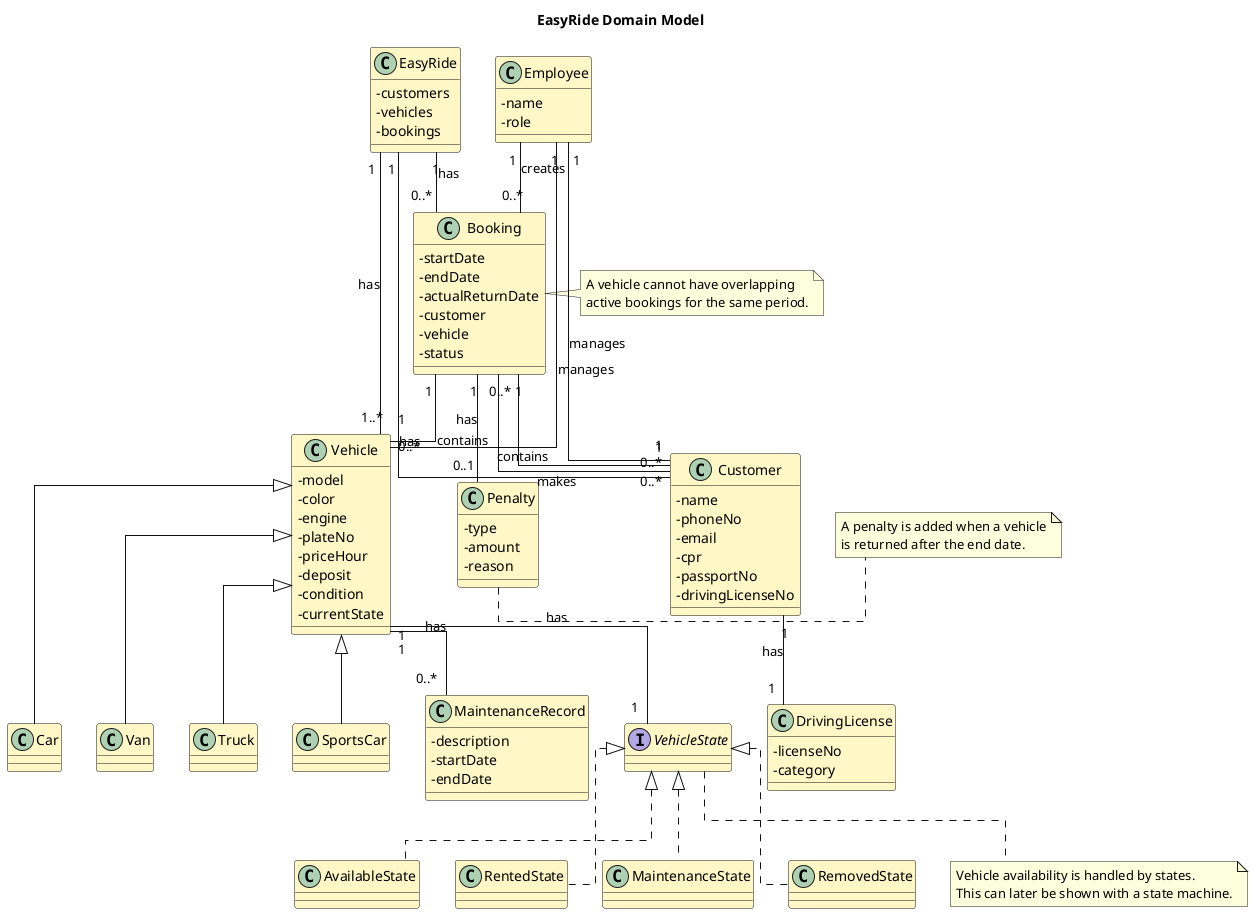
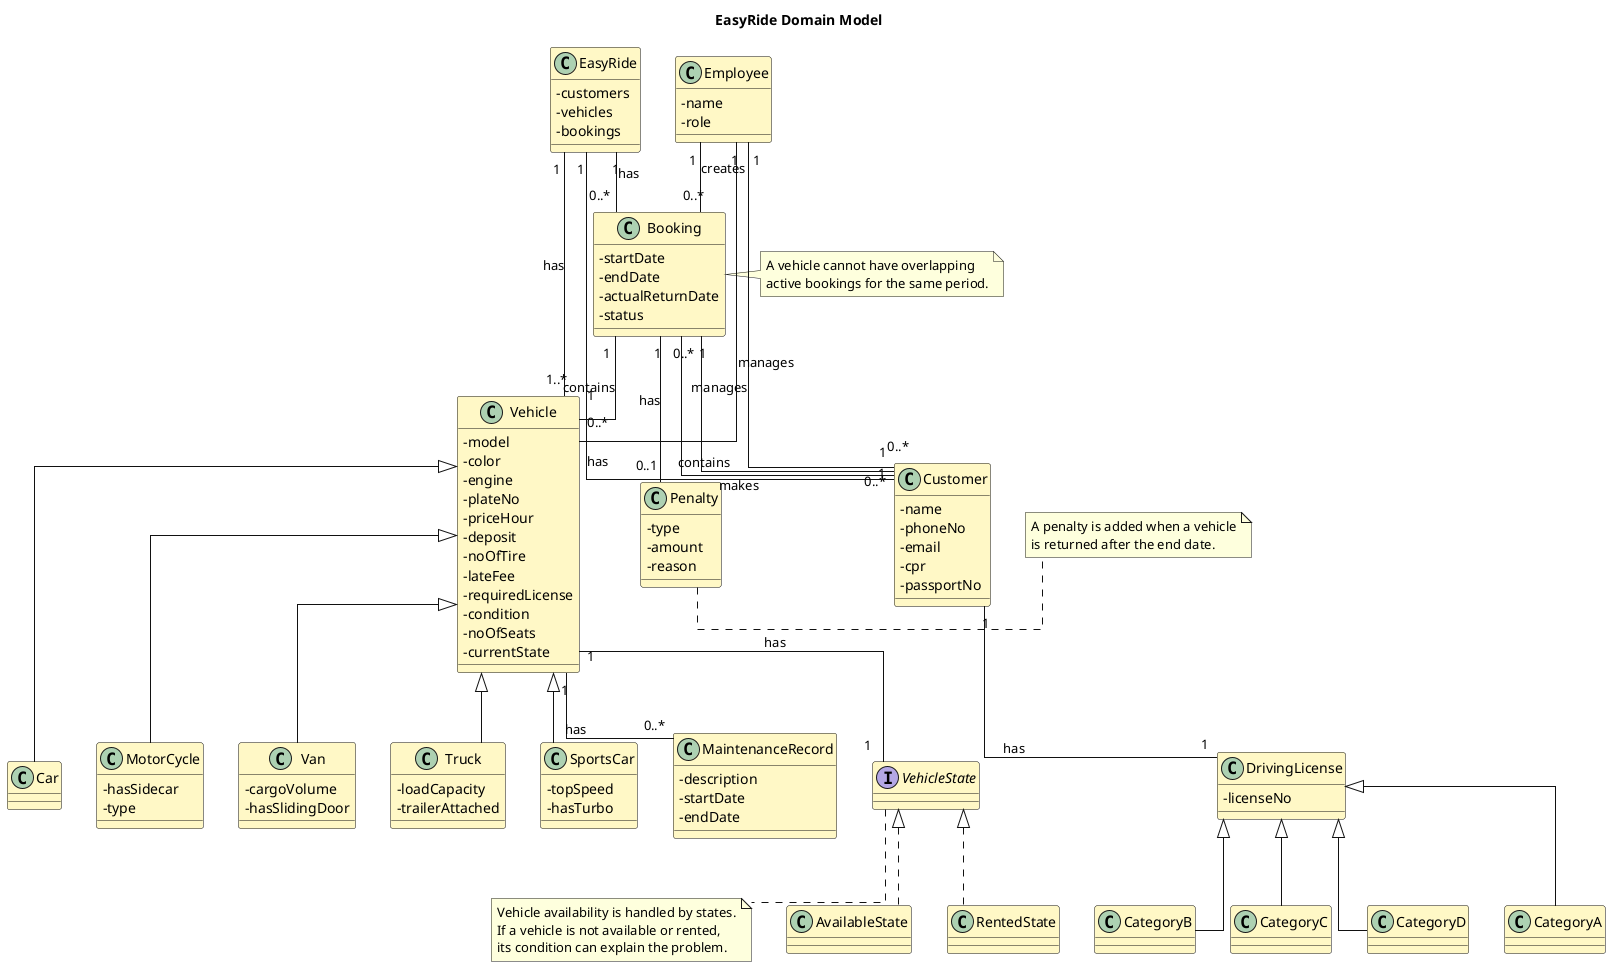
@startuml EasyRide_Domain_Model

title EasyRide Domain Model

skinparam classAttributeIconSize 0
skinparam shadowing false
skinparam linetype ortho
skinparam class {
  BackgroundColor #FFF8C6
  BorderColor #111111
  ArrowColor #111111
}

class EasyRide {
  - customers
  - vehicles
  - bookings
}

class Employee {
  - name
  - role
}

class Customer {
  - name
  - phoneNo
  - email
  - cpr
  - passportNo
-   - drivingLicenseNo
}

class DrivingLicense {
  - licenseNo
-   - category
}
+ 
+ class CategoryA
+ class CategoryB
+ class CategoryC
+ class CategoryD

class Booking {
  - startDate
  - endDate
  - actualReturnDate
-   - customer
-   - vehicle
  - status
}

class Vehicle {
  - model
  - color
  - engine
  - plateNo
  - priceHour
  - deposit
+   - noOfTire
+   - lateFee
+   - requiredLicense
  - condition
+   - noOfSeats
  - currentState
}

class MaintenanceRecord {
  - description
  - startDate
  - endDate
}

class Penalty {
  - type
  - amount
  - reason
}

interface VehicleState

class AvailableState
class RentedState
- class MaintenanceState
- class RemovedState

class Car
- class Van
- class Truck
- class SportsCar
+ class MotorCycle {
+   - hasSidecar
+   - type
+ }
+ 
+ class Van {
+   - cargoVolume
+   - hasSlidingDoor
+ }
+ 
+ class Truck {
+   - loadCapacity
+   - trailerAttached
+ }
+ 
+ class SportsCar {
+   - topSpeed
+   - hasTurbo
+ }

EasyRide "1" -- "0..*" Customer : has
EasyRide "1" -- "1..*" Vehicle : has
EasyRide "1" -- "0..*" Booking : has

Employee "1" -- "0..*" Customer : manages
Employee "1" -- "0..*" Vehicle : manages
Employee "1" -- "0..*" Booking : creates

Customer "1" -- "0..*" Booking : makes
Customer "1" -- "1" DrivingLicense : has

Booking "1" -- "1" Customer : contains
Booking "1" -- "1" Vehicle : contains
Booking "1" -- "0..1" Penalty : has

Vehicle "1" -- "0..*" MaintenanceRecord : has
Vehicle "1" -- "1" VehicleState : has

+ DrivingLicense <|-- CategoryA
+ DrivingLicense <|-- CategoryB
+ DrivingLicense <|-- CategoryC
+ DrivingLicense <|-- CategoryD
+ 
VehicleState <|.. AvailableState
VehicleState <|.. RentedState
- VehicleState <|.. MaintenanceState
- VehicleState <|.. RemovedState

Vehicle <|-- Car
+ Vehicle <|-- MotorCycle
Vehicle <|-- Van
Vehicle <|-- Truck
Vehicle <|-- SportsCar

note right of Booking
  A vehicle cannot have overlapping
  active bookings for the same period.
end note

note bottom of VehicleState
  Vehicle availability is handled by states.
-   This can later be shown with a state machine.
+   If a vehicle is not available or rented,
+   its condition can explain the problem.
end note

note right of Penalty
  A penalty is added when a vehicle
  is returned after the end date.
end note

@enduml
